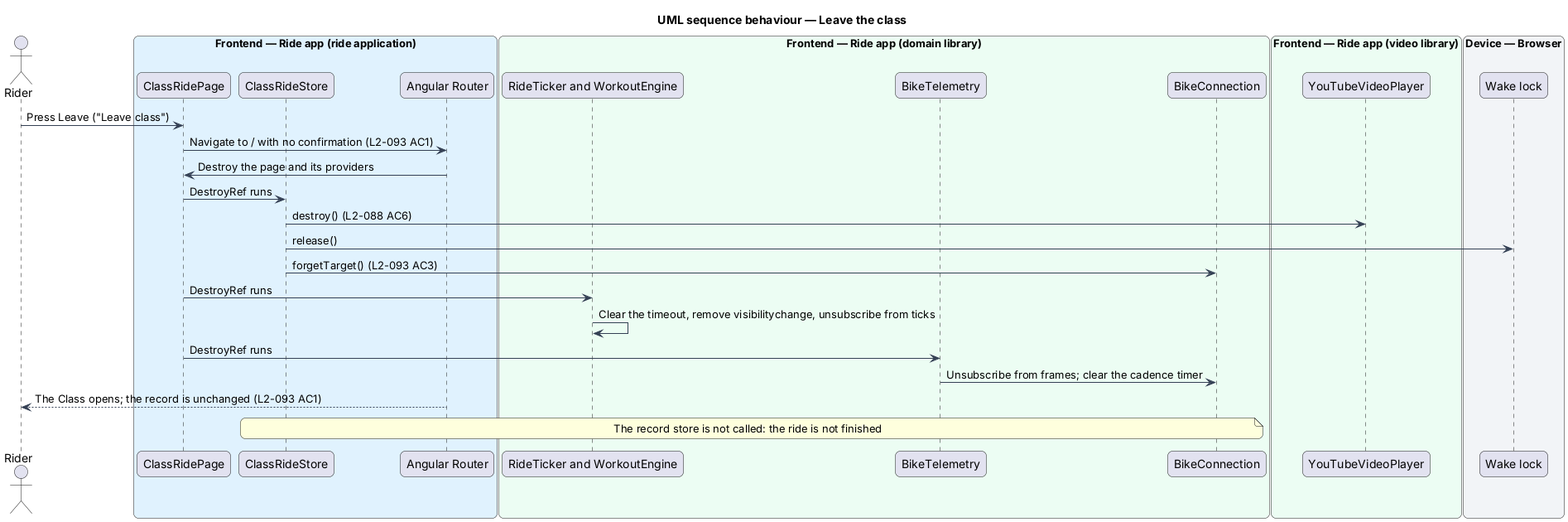
Above: docs/detailed-designs/class-ride/pause-leave-or-finish-the-class/diagrams/sequence-leave-the-class.png in QuinntyneBrown/ride-one (PlantUML), before the change.
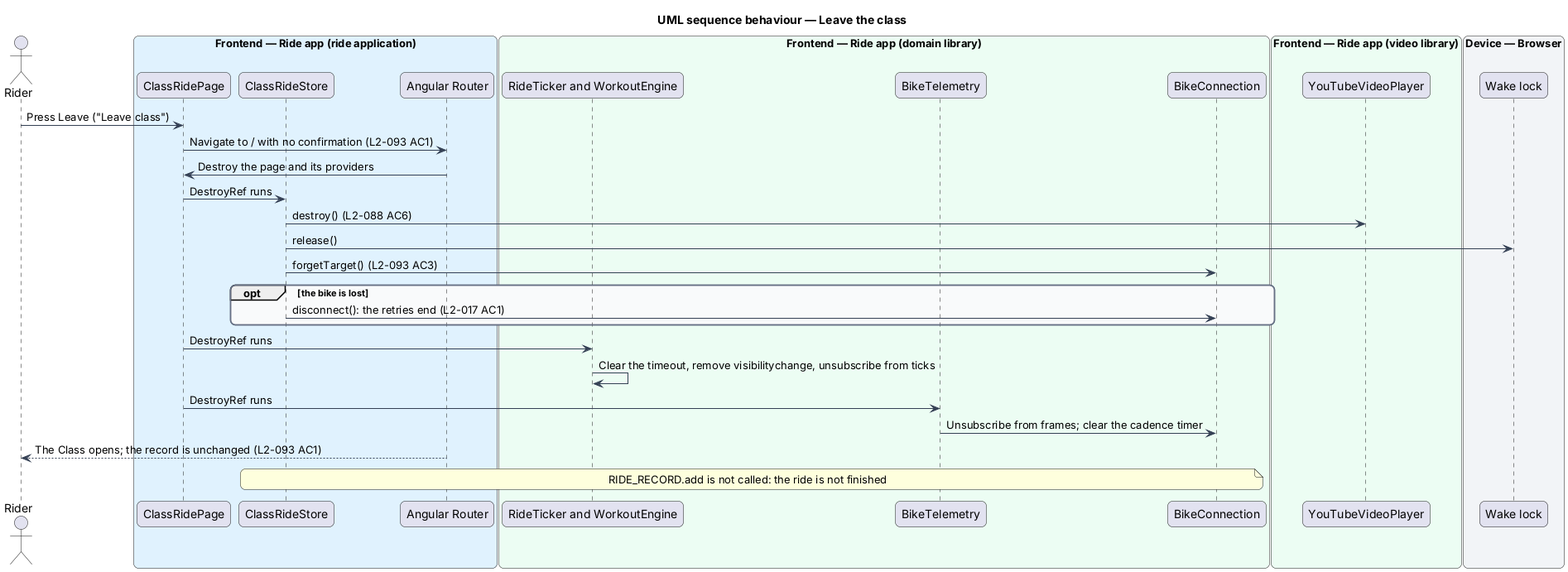
The same diagram one commit later.

Diff of the diagram source:
```diff
@@ -38,10 +38,13 @@
 store -> player : destroy() (L2-088 AC6)
 store -> wake : release()
 store -> conn : forgetTarget() (L2-093 AC3)
+opt the bike is lost
+  store -> conn : disconnect(): the retries end (L2-017 AC1)
+end
 page -> engine : DestroyRef runs
 engine -> engine : Clear the timeout, remove visibilitychange, unsubscribe from ticks
 page -> telemetry : DestroyRef runs
 telemetry -> conn : Unsubscribe from frames; clear the cadence timer
 router --> rider : The Class opens; the record is unchanged (L2-093 AC1)
-note over store, conn : The record store is not called: the ride is not finished
+note over store, conn : RIDE_RECORD.add is not called: the ride is not finished
 @enduml
```
